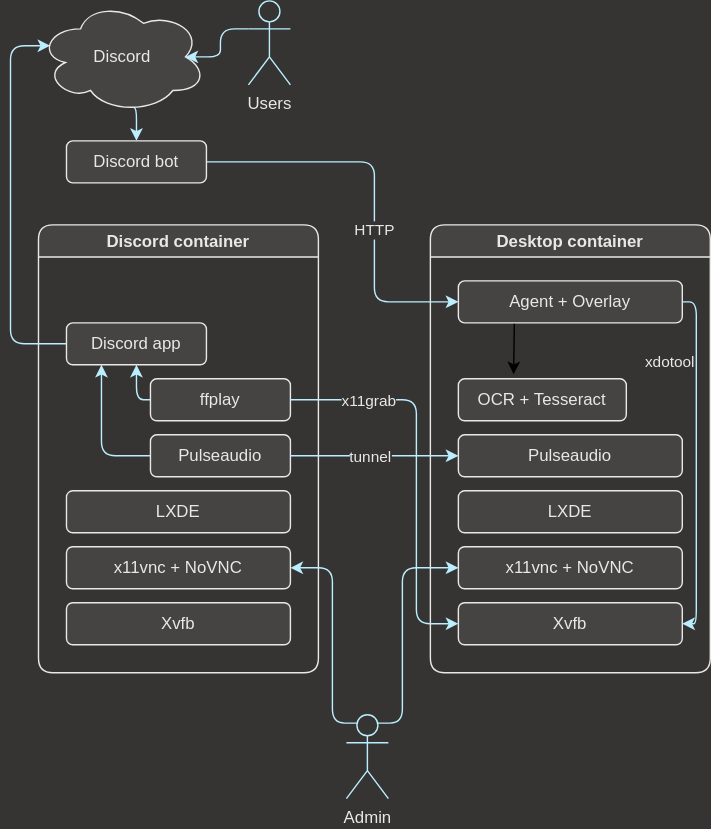
Before: setup.drawio.svg, a diagram exported from draw.io (dtinth/discord-plays-linux). Source tidied: cells renumbered, new cells last; positions are measured from the earlier drawing's top-left corner, leaving out a move shared by most shapes.
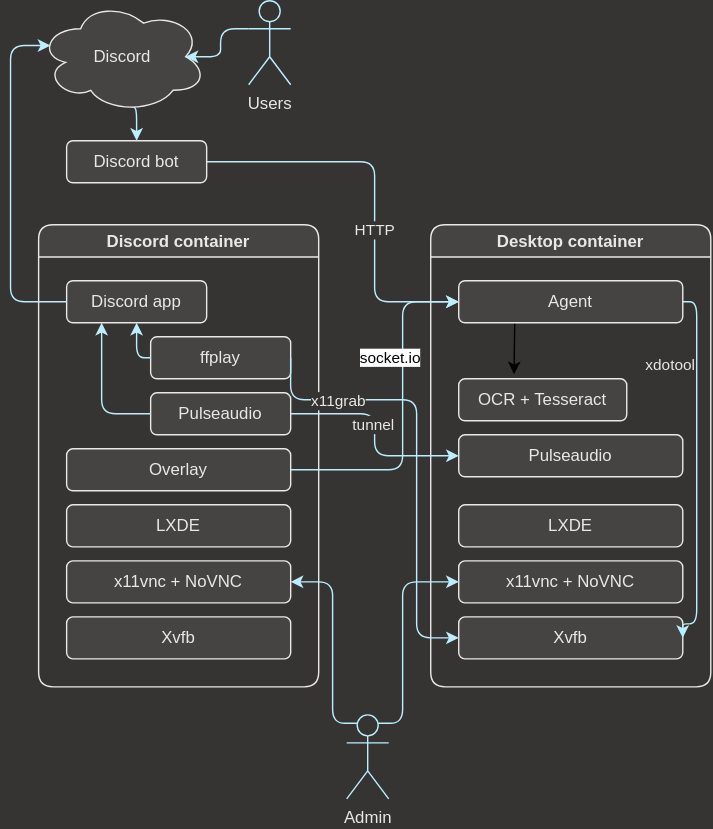
The same file after the commit.

Diff of the diagram source:
```diff
@@ -3,43 +3,46 @@
     <mxCell id="0" />
     <mxCell id="1" parent="0" />
     <mxCell id="2" value="Discord container" style="swimlane;rounded=1;strokeColor=#e9e8e7;fillColor=#454443;fontColor=#e9e8e7;" parent="1" vertex="1">
-      <mxGeometry x="20" y="160" width="200" height="320" as="geometry" />
+      <mxGeometry x="20" y="160" width="200" height="330" as="geometry" />
     </mxCell>
     <mxCell id="3" value="Xvfb" style="whiteSpace=wrap;html=1;rounded=1;strokeColor=#e9e8e7;fillColor=#454443;fontColor=#e9e8e7;" parent="2" vertex="1">
-      <mxGeometry x="20" y="270" width="160" height="30" as="geometry" />
+      <mxGeometry x="20" y="280" width="160" height="30" as="geometry" />
     </mxCell>
     <mxCell id="4" value="x11vnc + NoVNC" style="whiteSpace=wrap;html=1;rounded=1;strokeColor=#e9e8e7;fillColor=#454443;fontColor=#e9e8e7;" parent="2" vertex="1">
-      <mxGeometry x="20" y="230" width="160" height="30" as="geometry" />
+      <mxGeometry x="20" y="240" width="160" height="30" as="geometry" />
     </mxCell>
     <mxCell id="5" value="LXDE" style="whiteSpace=wrap;html=1;rounded=1;strokeColor=#e9e8e7;fillColor=#454443;fontColor=#e9e8e7;" parent="2" vertex="1">
-      <mxGeometry x="20" y="190" width="160" height="30" as="geometry" />
+      <mxGeometry x="20" y="200" width="160" height="30" as="geometry" />
     </mxCell>
     <mxCell id="6" style="edgeStyle=orthogonalEdgeStyle;jettySize=auto;html=1;exitX=0;exitY=0.5;exitDx=0;exitDy=0;entryX=0.25;entryY=1;entryDx=0;entryDy=0;fontColor=#e9e8e7;strokeColor=#bef;" parent="2" edge="1" source="7" target="10">
       <mxGeometry relative="1" as="geometry" />
     </mxCell>
     <mxCell id="7" value="Pulseaudio" style="whiteSpace=wrap;html=1;rounded=1;strokeColor=#e9e8e7;fillColor=#454443;fontColor=#e9e8e7;" parent="2" vertex="1">
-      <mxGeometry x="80" y="150" width="100" height="30" as="geometry" />
+      <mxGeometry x="80" y="120" width="100" height="30" as="geometry" />
     </mxCell>
     <mxCell id="8" style="edgeStyle=orthogonalEdgeStyle;jettySize=auto;html=1;exitX=0;exitY=0.5;exitDx=0;exitDy=0;entryX=0.5;entryY=1;entryDx=0;entryDy=0;fontColor=#e9e8e7;strokeColor=#bef;" parent="2" edge="1" source="9" target="10">
       <mxGeometry relative="1" as="geometry" />
     </mxCell>
     <mxCell id="9" value="ffplay" style="whiteSpace=wrap;html=1;rounded=1;strokeColor=#e9e8e7;fillColor=#454443;fontColor=#e9e8e7;" parent="2" vertex="1">
-      <mxGeometry x="80" y="110" width="100" height="30" as="geometry" />
+      <mxGeometry x="80" y="80" width="100" height="30" as="geometry" />
     </mxCell>
     <mxCell id="10" value="Discord app" style="whiteSpace=wrap;html=1;rounded=1;strokeColor=#e9e8e7;fillColor=#454443;fontColor=#e9e8e7;" parent="2" vertex="1">
-      <mxGeometry x="20" y="70" width="100" height="30" as="geometry" />
+      <mxGeometry x="20" y="40" width="100" height="30" as="geometry" />
     </mxCell>
+    <mxCell id="36" value="Overlay" style="whiteSpace=wrap;html=1;rounded=1;strokeColor=#e9e8e7;fillColor=#454443;fontColor=#e9e8e7;" parent="2" vertex="1">
+      <mxGeometry x="20" y="160" width="160" height="30" as="geometry" />
+    </mxCell>
     <mxCell id="11" value="Desktop container" style="swimlane;rounded=1;strokeColor=#e9e8e7;fillColor=#454443;fontColor=#e9e8e7;" parent="1" vertex="1">
-      <mxGeometry x="300" y="160" width="200" height="320" as="geometry" />
+      <mxGeometry x="300" y="160" width="200" height="330" as="geometry" />
     </mxCell>
     <mxCell id="12" value="Xvfb" style="whiteSpace=wrap;html=1;rounded=1;strokeColor=#e9e8e7;fillColor=#454443;fontColor=#e9e8e7;" parent="11" vertex="1">
-      <mxGeometry x="20" y="270" width="160" height="30" as="geometry" />
+      <mxGeometry x="20" y="280" width="160" height="30" as="geometry" />
     </mxCell>
     <mxCell id="13" value="x11vnc + NoVNC" style="whiteSpace=wrap;html=1;rounded=1;strokeColor=#e9e8e7;fillColor=#454443;fontColor=#e9e8e7;" parent="11" vertex="1">
-      <mxGeometry x="20" y="230" width="160" height="30" as="geometry" />
+      <mxGeometry x="20" y="240" width="160" height="30" as="geometry" />
     </mxCell>
     <mxCell id="14" value="LXDE" style="whiteSpace=wrap;html=1;rounded=1;strokeColor=#e9e8e7;fillColor=#454443;fontColor=#e9e8e7;" parent="11" vertex="1">
-      <mxGeometry x="20" y="190" width="160" height="30" as="geometry" />
+      <mxGeometry x="20" y="200" width="160" height="30" as="geometry" />
     </mxCell>
     <mxCell id="15" value="Pulseaudio" style="whiteSpace=wrap;html=1;rounded=1;strokeColor=#e9e8e7;fillColor=#454443;fontColor=#e9e8e7;" parent="11" vertex="1">
       <mxGeometry x="20" y="150" width="160" height="30" as="geometry" />
@@ -60,7 +63,7 @@
     <mxCell id="18" style="edgeStyle=orthogonalEdgeStyle;rounded=0;jettySize=auto;html=1;exitX=0.25;exitY=1;exitDx=0;exitDy=0;entryX=0.329;entryY=-0.108;entryDx=0;entryDy=0;entryPerimeter=0;" parent="11" edge="1" source="19" target="20">
       <mxGeometry relative="1" as="geometry" />
     </mxCell>
-    <mxCell id="19" value="Agent + Overlay" style="whiteSpace=wrap;html=1;rounded=1;strokeColor=#e9e8e7;fillColor=#454443;fontColor=#e9e8e7;" parent="11" vertex="1">
+    <mxCell id="19" value="Agent" style="whiteSpace=wrap;html=1;rounded=1;strokeColor=#e9e8e7;fillColor=#454443;fontColor=#e9e8e7;" parent="11" vertex="1">
       <mxGeometry x="20" y="40" width="160" height="30" as="geometry" />
     </mxCell>
     <mxCell id="20" value="OCR + Tesseract" style="whiteSpace=wrap;html=1;rounded=1;strokeColor=#e9e8e7;fillColor=#454443;fontColor=#e9e8e7;" parent="11" vertex="1">
@@ -77,8 +80,9 @@
     <mxCell id="23" style="edgeStyle=orthogonalEdgeStyle;jettySize=auto;html=1;exitX=1;exitY=0.5;exitDx=0;exitDy=0;entryX=0;entryY=0.5;entryDx=0;entryDy=0;fontColor=#e9e8e7;strokeColor=#bef;" parent="1" edge="1" source="9" target="12">
       <mxGeometry relative="1" as="geometry">
         <Array as="points">
+          <mxPoint x="200" y="285" />
           <mxPoint x="290" y="285" />
-          <mxPoint x="290" y="445" />
+          <mxPoint x="290" y="455" />
         </Array>
       </mxGeometry>
     </mxCell>
@@ -91,7 +95,7 @@
       <mxGeometry relative="1" as="geometry">
         <Array as="points">
           <mxPoint x="230" y="516" />
-          <mxPoint x="230" y="405" />
+          <mxPoint x="230" y="415" />
         </Array>
       </mxGeometry>
     </mxCell>
@@ -99,7 +103,7 @@
       <mxGeometry relative="1" as="geometry">
         <Array as="points">
           <mxPoint x="280" y="516" />
-          <mxPoint x="280" y="405" />
+          <mxPoint x="280" y="415" />
         </Array>
       </mxGeometry>
     </mxCell>
@@ -137,10 +141,23 @@
     <mxCell id="35" style="edgeStyle=orthogonalEdgeStyle;jettySize=auto;html=1;exitX=0;exitY=0.5;exitDx=0;exitDy=0;entryX=0.07;entryY=0.4;entryDx=0;entryDy=0;entryPerimeter=0;fontColor=#e9e8e7;strokeColor=#bef;" parent="1" edge="1" source="10" target="32">
       <mxGeometry relative="1" as="geometry">
         <Array as="points">
-          <mxPoint y="245" />
+          <mxPoint y="215" />
           <mxPoint y="32" />
         </Array>
       </mxGeometry>
     </mxCell>
+    <mxCell id="37" style="edgeStyle=orthogonalEdgeStyle;rounded=1;jettySize=auto;html=1;exitX=1;exitY=0.5;exitDx=0;exitDy=0;entryX=0;entryY=0.5;entryDx=0;entryDy=0;fontColor=#e9e8e7;strokeColor=#bef;" parent="1" edge="1" source="36" target="19">
+      <mxGeometry relative="1" as="geometry">
+        <Array as="points">
+          <mxPoint x="280" y="335" />
+          <mxPoint x="280" y="215" />
+        </Array>
+      </mxGeometry>
+    </mxCell>
+    <mxCell id="38" value="socket.io" style="edgeLabel;html=1;align=center;verticalAlign=middle;" parent="37" vertex="1">
+      <mxGeometry x="0.42" relative="1" as="geometry">
+        <mxPoint x="-10" y="10" as="offset" />
+      </mxGeometry>
+    </mxCell>
   </root>
 </mxGraphModel>
```
